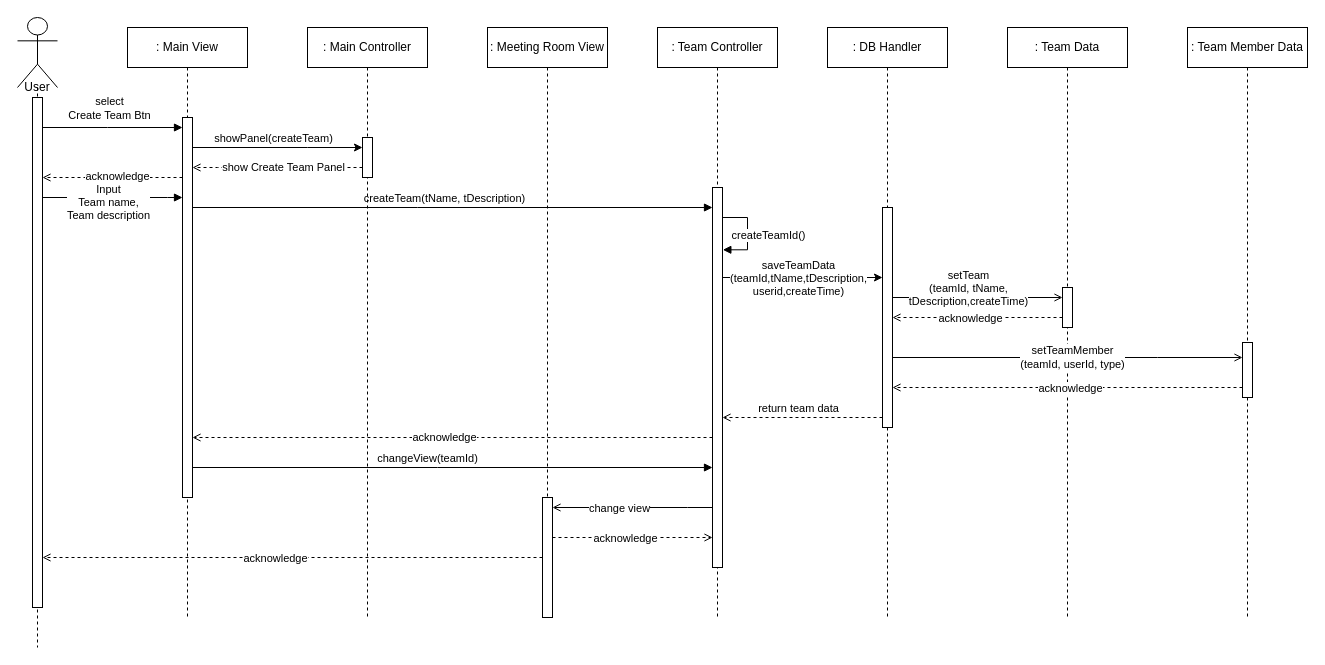
Earlier version of the draw.io diagram SD4.drawio (ONFFLine/Diagram). Source tidied: cells renumbered, new cells numbered last; positions are measured from the earlier drawing's top-left corner, leaving out a move shared by most shapes. Both pictures are drawn from the tidied source at 100%, with x=0, y=0 at pixel (17, 17).
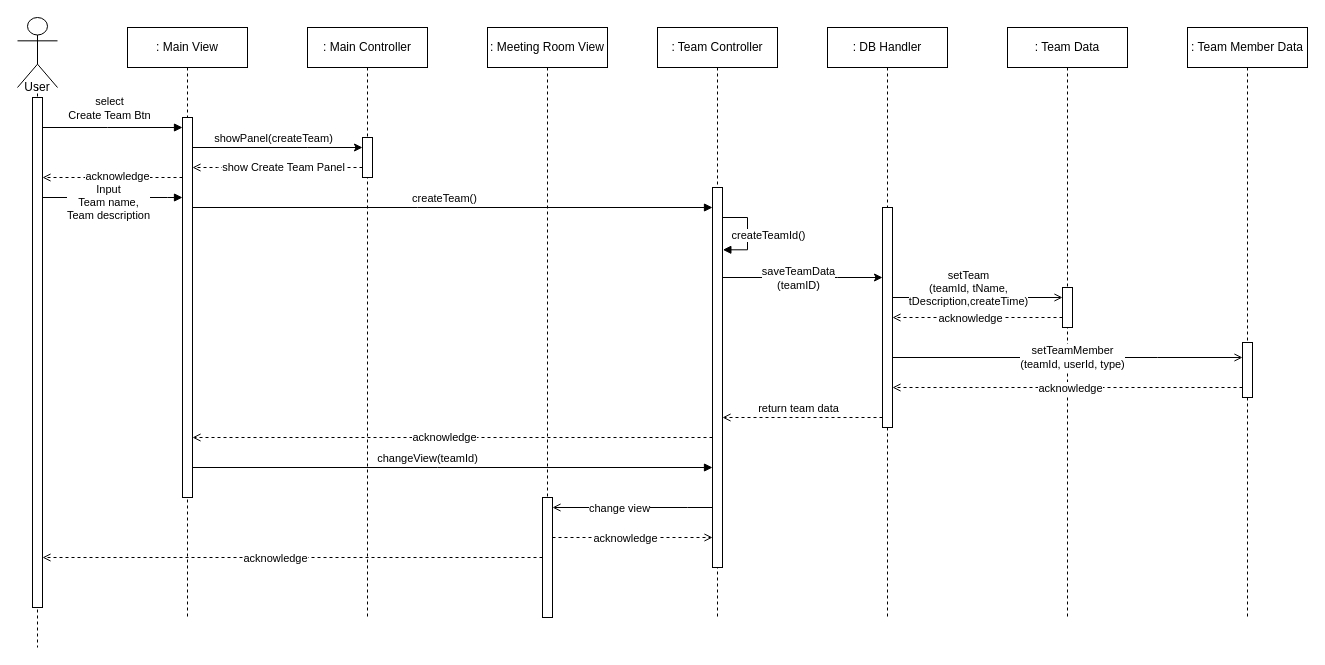
After the change.

The change refers to these unchanged cells:
```xml
<mxCell id="9" style="edgeStyle=orthogonalEdgeStyle;rounded=0;jettySize=auto;html=1;" parent="1" edge="1" source="15" target="20">
  <mxGeometry relative="1" as="geometry">
    <Array as="points">
      <mxPoint x="820" y="260" />
      <mxPoint x="820" y="260" />
    </Array>
  </mxGeometry>
</mxCell>
<mxCell id="32" style="edgeStyle=orthogonalEdgeStyle;rounded=0;jettySize=auto;html=1;endArrow=block;endFill=1;" parent="1" edge="1" source="27" target="15">
  <mxGeometry relative="1" as="geometry">
    <Array as="points">
      <mxPoint x="400" y="190" />
      <mxPoint x="400" y="190" />
    </Array>
  </mxGeometry>
</mxCell>
```

What changed in the source:
```diff
@@
-    <mxCell id="10" value="saveTeamData&lt;br&gt;(teamId,tName,tDescription,&lt;br&gt;userid,createTime)" style="edgeLabel;html=1;align=center;verticalAlign=middle;" parent="9" vertex="1">
+    <mxCell id="10" value="saveTeamData&lt;br&gt;(teamID)" style="edgeLabel;html=1;align=center;verticalAlign=middle;" parent="9" vertex="1">
       <mxGeometry x="-0.2" y="1" relative="1" as="geometry">
         <mxPoint x="11" y="1" as="offset" />
       </mxGeometry>
     </mxCell>
@@
-    <mxCell id="33" value="createTeam(tName, tDescription)" style="edgeLabel;html=1;align=center;verticalAlign=middle;" parent="32" vertex="1">
+    <mxCell id="33" value="createTeam()" style="edgeLabel;html=1;align=center;verticalAlign=middle;" parent="32" vertex="1">
       <mxGeometry x="-0.1" relative="1" as="geometry">
         <mxPoint x="17" y="-10" as="offset" />
       </mxGeometry>
     </mxCell>
```
